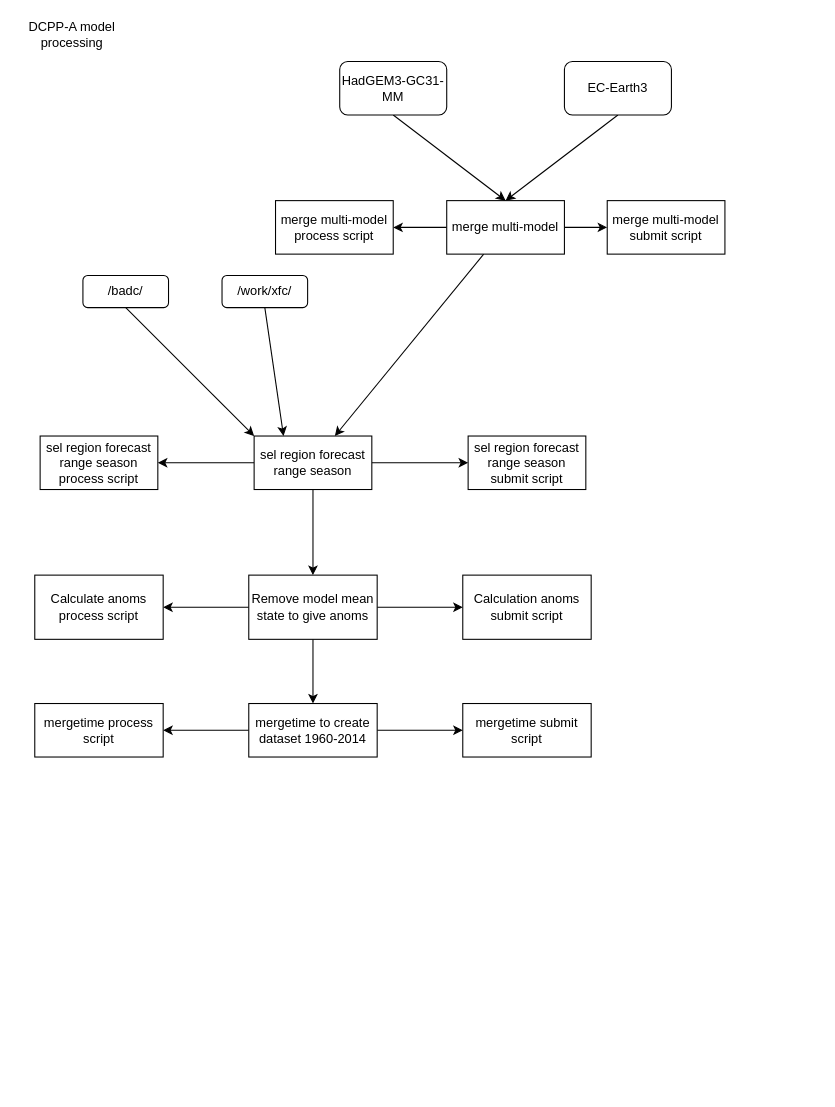
The draw.io diagram skill_maps_updated_roadmap.drawio in benhutchmet/skill-maps, before the edit. Source tidied: cells renumbered, new cells numbered last; positions are measured from the earlier drawing's top-left corner, leaving out a move shared by most shapes. Both pictures are drawn from the tidied source at 107%, with x=0, y=0 at pixel (18, 18).
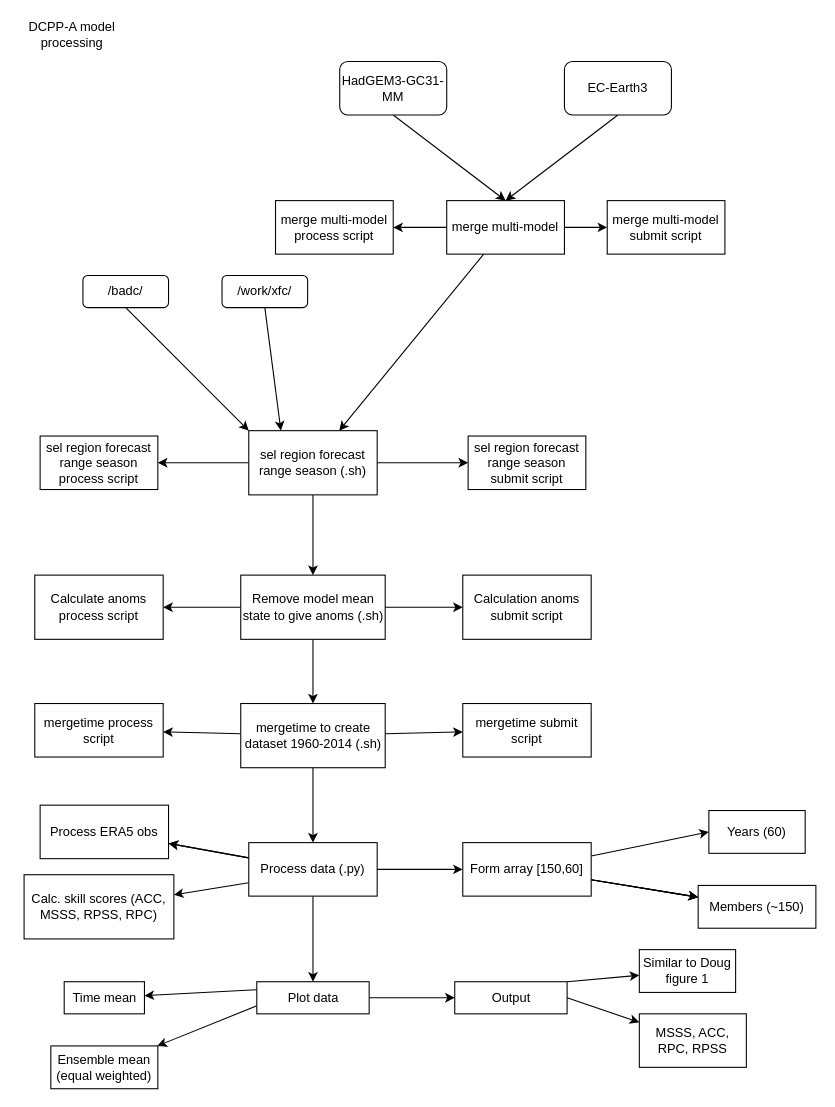
The same diagram, later.

Commit message (it also covers changes not shown here):
branched commit for making the python script take the model argument, needs to be tested before merge

What changed in the source:
```diff
@@
-    <mxCell id="15" value="sel region forecast range season" style="rounded=0;whiteSpace=wrap;html=1;" parent="1" vertex="1">
-      <mxGeometry x="220" y="390" width="110" height="50" as="geometry" />
+    <mxCell id="15" value="sel region forecast range season (.sh)" style="rounded=0;whiteSpace=wrap;html=1;" parent="1" vertex="1">
+      <mxGeometry x="215" y="385" width="120" height="60" as="geometry" />
     </mxCell>
@@
+    <mxCell id="34" style="edgeStyle=none;html=1;" parent="1" edge="1" source="24" target="40">
+      <mxGeometry relative="1" as="geometry" />
+    </mxCell>
-    <mxCell id="24" value="mergetime to create dataset 1960-2014" style="rounded=0;whiteSpace=wrap;html=1;" parent="1" vertex="1">
-      <mxGeometry x="215" y="640" width="120" height="50" as="geometry" />
+    <mxCell id="24" value="mergetime to create dataset 1960-2014 (.sh)" style="rounded=0;whiteSpace=wrap;html=1;" parent="1" vertex="1">
+      <mxGeometry x="207.5" y="640" width="135" height="60" as="geometry" />
     </mxCell>
@@
-    <mxCell id="31" value="Remove model mean state to give anoms" style="rounded=0;whiteSpace=wrap;html=1;" parent="1" vertex="1">
-      <mxGeometry x="215" y="520" width="120" height="60" as="geometry" />
+    <mxCell id="31" value="Remove model mean state to give anoms (.sh)" style="rounded=0;whiteSpace=wrap;html=1;" parent="1" vertex="1">
+      <mxGeometry x="207.5" y="520" width="135" height="60" as="geometry" />
     </mxCell>
@@
+    <mxCell id="35" style="edgeStyle=none;html=1;" parent="1" edge="1" source="40" target="45">
+      <mxGeometry relative="1" as="geometry" />
+    </mxCell>
+    <mxCell id="36" style="edgeStyle=none;html=1;" parent="1" edge="1" source="40" target="48">
+      <mxGeometry relative="1" as="geometry" />
+    </mxCell>
+    <mxCell id="37" style="edgeStyle=none;html=1;" parent="1" edge="1" source="40" target="48">
+      <mxGeometry relative="1" as="geometry" />
+    </mxCell>
+    <mxCell id="38" style="edgeStyle=none;html=1;exitX=0;exitY=0.75;exitDx=0;exitDy=0;" parent="1" edge="1" source="40" target="49">
+      <mxGeometry relative="1" as="geometry" />
+    </mxCell>
+    <mxCell id="39" style="edgeStyle=none;html=1;" parent="1" edge="1" source="40" target="53">
+      <mxGeometry relative="1" as="geometry" />
+    </mxCell>
+    <mxCell id="40" value="Process data (.py)" style="rounded=0;whiteSpace=wrap;html=1;" parent="1" vertex="1">
+      <mxGeometry x="215" y="770" width="120" height="50" as="geometry" />
+    </mxCell>
+    <mxCell id="41" style="edgeStyle=none;html=1;" parent="1" edge="1" source="45" target="46">
+      <mxGeometry relative="1" as="geometry" />
+    </mxCell>
+    <mxCell id="42" style="edgeStyle=none;html=1;" parent="1" edge="1" source="45" target="46">
+      <mxGeometry relative="1" as="geometry" />
+    </mxCell>
+    <mxCell id="43" style="edgeStyle=none;html=1;" parent="1" edge="1" source="45" target="46">
+      <mxGeometry relative="1" as="geometry" />
+    </mxCell>
+    <mxCell id="44" style="edgeStyle=none;html=1;exitX=1;exitY=0.25;exitDx=0;exitDy=0;entryX=0;entryY=0.5;entryDx=0;entryDy=0;" parent="1" edge="1" source="45" target="47">
+      <mxGeometry relative="1" as="geometry" />
+    </mxCell>
+    <mxCell id="45" value="Form array [150,60]" style="rounded=0;whiteSpace=wrap;html=1;" parent="1" vertex="1">
+      <mxGeometry x="415" y="770" width="120" height="50" as="geometry" />
+    </mxCell>
+    <mxCell id="46" value="Members (~150)" style="rounded=0;whiteSpace=wrap;html=1;" parent="1" vertex="1">
+      <mxGeometry x="635" y="810" width="110" height="40" as="geometry" />
+    </mxCell>
+    <mxCell id="47" value="Years (60)" style="rounded=0;whiteSpace=wrap;html=1;" parent="1" vertex="1">
+      <mxGeometry x="645" y="740" width="90" height="40" as="geometry" />
+    </mxCell>
+    <mxCell id="48" value="Process ERA5 obs" style="rounded=0;whiteSpace=wrap;html=1;" parent="1" vertex="1">
+      <mxGeometry x="20" y="735" width="120" height="50" as="geometry" />
+    </mxCell>
+    <mxCell id="49" value="Calc. skill scores (ACC, MSSS, RPSS, RPC)" style="rounded=0;whiteSpace=wrap;html=1;" parent="1" vertex="1">
+      <mxGeometry x="5" y="800" width="140" height="60" as="geometry" />
+    </mxCell>
+    <mxCell id="50" style="edgeStyle=none;html=1;exitX=0;exitY=0.25;exitDx=0;exitDy=0;" parent="1" edge="1" source="53" target="54">
+      <mxGeometry relative="1" as="geometry" />
+    </mxCell>
+    <mxCell id="51" style="edgeStyle=none;html=1;exitX=0;exitY=0.75;exitDx=0;exitDy=0;" parent="1" edge="1" source="53" target="55">
+      <mxGeometry relative="1" as="geometry" />
+    </mxCell>
+    <mxCell id="52" style="edgeStyle=none;html=1;" parent="1" edge="1" source="53" target="58">
+      <mxGeometry relative="1" as="geometry" />
+    </mxCell>
+    <mxCell id="53" value="Plot data" style="rounded=0;whiteSpace=wrap;html=1;" parent="1" vertex="1">
+      <mxGeometry x="222.5" y="900" width="105" height="30" as="geometry" />
+    </mxCell>
+    <mxCell id="54" value="Time mean" style="rounded=0;whiteSpace=wrap;html=1;" parent="1" vertex="1">
+      <mxGeometry x="42.5" y="900" width="75" height="30" as="geometry" />
+    </mxCell>
+    <mxCell id="55" value="Ensemble mean (equal weighted)" style="rounded=0;whiteSpace=wrap;html=1;" parent="1" vertex="1">
+      <mxGeometry x="30" y="960" width="100" height="40" as="geometry" />
+    </mxCell>
+    <mxCell id="56" style="edgeStyle=none;html=1;exitX=1;exitY=0;exitDx=0;exitDy=0;" parent="1" edge="1" source="58" target="59">
+      <mxGeometry relative="1" as="geometry" />
+    </mxCell>
+    <mxCell id="57" style="edgeStyle=none;html=1;exitX=1;exitY=0.5;exitDx=0;exitDy=0;" parent="1" edge="1" source="58" target="60">
+      <mxGeometry relative="1" as="geometry" />
+    </mxCell>
+    <mxCell id="58" value="Output" style="rounded=0;whiteSpace=wrap;html=1;" parent="1" vertex="1">
+      <mxGeometry x="407.5" y="900" width="105" height="30" as="geometry" />
+    </mxCell>
+    <mxCell id="59" value="Similar to Doug figure 1" style="rounded=0;whiteSpace=wrap;html=1;" parent="1" vertex="1">
+      <mxGeometry x="580" y="870" width="90" height="40" as="geometry" />
+    </mxCell>
+    <mxCell id="60" value="MSSS, ACC, RPC, RPSS" style="rounded=0;whiteSpace=wrap;html=1;" parent="1" vertex="1">
+      <mxGeometry x="580" y="930" width="100" height="50" as="geometry" />
+    </mxCell>
```
